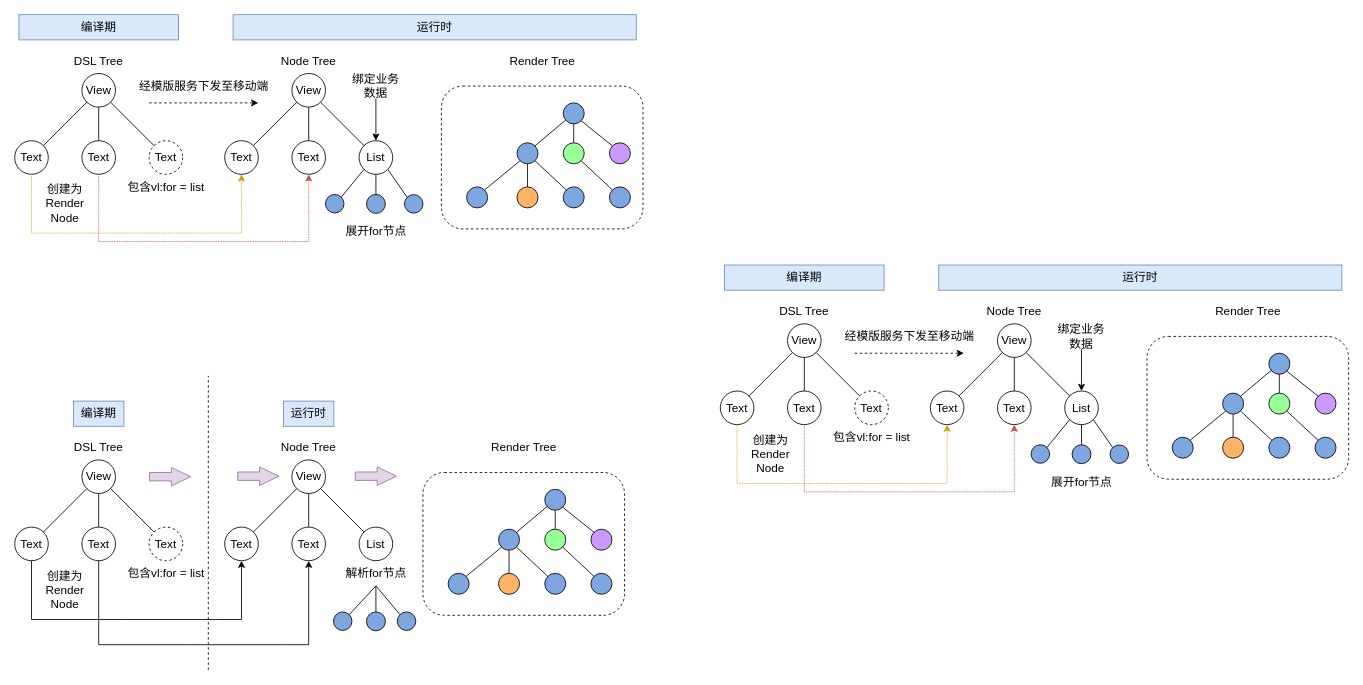
Earlier version of the draw.io diagram page "第 1 页" (1 of 2) of FS/未命名绘图.drawio (zqy0917/C_DR_Learn). Source tidied: cells renumbered, new cells numbered last; positions are measured from the earlier drawing's top-left corner, leaving out a move shared by most shapes. Both pictures are drawn from the tidied source at 84%, with x=0, y=0 at pixel (14, 14). Pictures stored in the file or linked from it are replaced by grey dashed boxes.
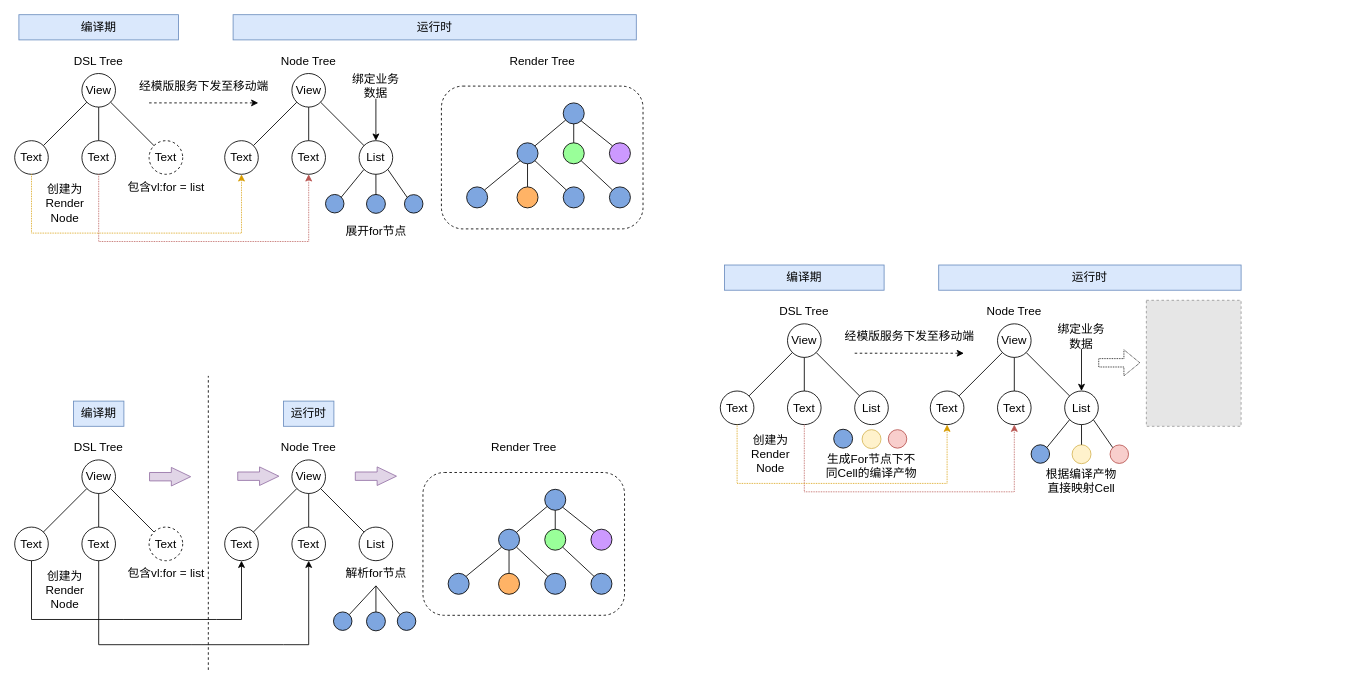
After the change.

Commit message (it also covers changes not shown here):
更新未命名绘图.drawio

Change to the diagram source:
```diff
@@
-    <mxCell id="102" style="rounded=1;whiteSpace=wrap;html=1;shadow=0;dashed=1;" parent="1" vertex="1">
-      <mxGeometry x="1348" y="383" width="240" height="170" as="geometry" />
-    </mxCell>
@@
-    <mxCell id="107" value="Text" style="ellipse;whiteSpace=wrap;html=1;fontSize=14;dashed=1;" parent="1" vertex="1">
+    <mxCell id="107" value="List" style="ellipse;whiteSpace=wrap;html=1;fontSize=14;" parent="1" vertex="1">
       <mxGeometry x="1000" y="448" width="40" height="40" as="geometry" />
     </mxCell>
@@
-    <mxCell id="110" style="ellipse;whiteSpace=wrap;html=1;fillColor=#7EA6E0;" parent="1" vertex="1">
-      <mxGeometry x="1493" y="403" width="25" height="25" as="geometry" />
-    </mxCell>
-    <mxCell id="111" style="ellipse;whiteSpace=wrap;html=1;fillColor=#7EA6E0;" parent="1" vertex="1">
-      <mxGeometry x="1438" y="450.5" width="25" height="25" as="geometry" />
-    </mxCell>
-    <mxCell id="112" style="endArrow=none;html=1;rounded=0;exitX=1;exitY=0;exitDx=0;exitDy=0;" parent="1" edge="1" source="111" target="110">
-      <mxGeometry relative="1" as="geometry" />
-    </mxCell>
-    <mxCell id="113" style="ellipse;whiteSpace=wrap;html=1;fillColor=#99FF99;" parent="1" vertex="1">
-      <mxGeometry x="1493" y="450.5" width="25" height="25" as="geometry" />
-    </mxCell>
-    <mxCell id="114" style="ellipse;whiteSpace=wrap;html=1;fillColor=#CC99FF;" parent="1" vertex="1">
-      <mxGeometry x="1548" y="450.5" width="25" height="25" as="geometry" />
-    </mxCell>
-    <mxCell id="115" style="endArrow=none;html=1;rounded=0;entryX=0.5;entryY=1;entryDx=0;entryDy=0;" parent="1" edge="1" source="113" target="110">
-      <mxGeometry relative="1" as="geometry" />
-    </mxCell>
-    <mxCell id="116" style="endArrow=none;html=1;rounded=0;exitX=1;exitY=1;exitDx=0;exitDy=0;entryX=0;entryY=0;entryDx=0;entryDy=0;" parent="1" edge="1" source="110" target="114">
-      <mxGeometry relative="1" as="geometry" />
-    </mxCell>
-    <mxCell id="117" style="ellipse;whiteSpace=wrap;html=1;fillColor=#7EA6E0;" parent="1" vertex="1">
-      <mxGeometry x="1378" y="503" width="25" height="25" as="geometry" />
-    </mxCell>
-    <mxCell id="118" style="ellipse;whiteSpace=wrap;html=1;fillColor=#FFB366;" parent="1" vertex="1">
-      <mxGeometry x="1438" y="503" width="25" height="25" as="geometry" />
-    </mxCell>
-    <mxCell id="119" style="ellipse;whiteSpace=wrap;html=1;fillColor=#7EA6E0;" parent="1" vertex="1">
-      <mxGeometry x="1493" y="503" width="25" height="25" as="geometry" />
-    </mxCell>
-    <mxCell id="120" style="ellipse;whiteSpace=wrap;html=1;fillColor=#7EA6E0;" parent="1" vertex="1">
-      <mxGeometry x="1548" y="503" width="25" height="25" as="geometry" />
-    </mxCell>
-    <mxCell id="121" style="endArrow=none;html=1;rounded=0;exitX=1;exitY=0;exitDx=0;exitDy=0;entryX=0;entryY=1;entryDx=0;entryDy=0;" parent="1" edge="1" source="117" target="111">
-      <mxGeometry relative="1" as="geometry" />
-    </mxCell>
-    <mxCell id="122" style="endArrow=none;html=1;rounded=0;entryX=0.5;entryY=1;entryDx=0;entryDy=0;exitX=0.5;exitY=0;exitDx=0;exitDy=0;" parent="1" edge="1" source="118" target="111">
-      <mxGeometry relative="1" as="geometry" />
-    </mxCell>
-    <mxCell id="123" style="endArrow=none;html=1;rounded=0;exitX=1;exitY=1;exitDx=0;exitDy=0;entryX=0;entryY=0;entryDx=0;entryDy=0;" parent="1" edge="1" source="111" target="119">
-      <mxGeometry relative="1" as="geometry" />
-    </mxCell>
-    <mxCell id="124" style="endArrow=none;html=1;rounded=0;entryX=1;entryY=1;entryDx=0;entryDy=0;exitX=0;exitY=0;exitDx=0;exitDy=0;" parent="1" edge="1" source="120" target="113">
-      <mxGeometry relative="1" as="geometry" />
-    </mxCell>
@@
-    <mxCell id="135" value="包含vl:for = list" style="text;html=1;strokeColor=none;fillColor=none;align=center;verticalAlign=middle;whiteSpace=wrap;rounded=0;fontSize=14;" parent="1" vertex="1">
-      <mxGeometry x="969.5" y="488" width="101" height="30" as="geometry" />
-    </mxCell>
@@
-    <mxCell id="138" value="展开for节点" style="text;html=1;strokeColor=none;fillColor=none;align=center;verticalAlign=middle;whiteSpace=wrap;rounded=0;fontSize=14;" parent="1" vertex="1">
-      <mxGeometry x="1220" y="541" width="101" height="30" as="geometry" />
-    </mxCell>
-    <mxCell id="139" value="Render Tree" style="text;html=1;strokeColor=none;fillColor=none;align=center;verticalAlign=middle;whiteSpace=wrap;rounded=0;fontSize=14;" parent="1" vertex="1">
-      <mxGeometry x="1425.5" y="338" width="85" height="30" as="geometry" />
-    </mxCell>
@@
     <mxCell id="141" value="运行时" style="text;html=1;strokeColor=#6c8ebf;fillColor=#dae8fc;align=center;verticalAlign=middle;whiteSpace=wrap;rounded=0;fontSize=14;" parent="1" vertex="1">
-      <mxGeometry x="1100" y="298" width="480" height="30" as="geometry" />
+      <mxGeometry x="1100" y="298" width="360" height="30" as="geometry" />
     </mxCell>
-    <mxCell id="142" style="ellipse;whiteSpace=wrap;html=1;fillColor=#7EA6E0;" parent="1" vertex="1">
+    <mxCell id="142" style="ellipse;whiteSpace=wrap;html=1;fillColor=#fff2cc;strokeColor=#d6b656;" parent="1" vertex="1">
       <mxGeometry x="1258.8" y="512" width="22.5" height="22.5" as="geometry" />
     </mxCell>
@@
-    <mxCell id="144" style="ellipse;whiteSpace=wrap;html=1;fillColor=#7EA6E0;" parent="1" vertex="1">
+    <mxCell id="144" style="ellipse;whiteSpace=wrap;html=1;fillColor=#f8cecc;strokeColor=#b85450;" parent="1" vertex="1">
       <mxGeometry x="1304" y="512.2" width="22" height="22" as="geometry" />
     </mxCell>
@@
+    <mxCell id="152" style="ellipse;whiteSpace=wrap;html=1;fillColor=#7EA6E0;" parent="1" vertex="1">
+      <mxGeometry x="975" y="493.5" width="22.5" height="22.5" as="geometry" />
+    </mxCell>
+    <mxCell id="153" style="fillColor=#E6E6E6;strokeColor=#999999;dashed=1;verticalLabelPosition=bottom;labelBackgroundColor=default;verticalAlign=top;" parent="1" vertex="1">
+      <mxGeometry x="1347.2" y="340" width="112.8" height="150" as="geometry" />
+    </mxCell>
+    <mxCell id="154" style="shape=flexArrow;endArrow=classic;html=1;rounded=0;dashed=1;dashPattern=1 1;fontSize=14;" parent="1" edge="1">
+      <mxGeometry relative="1" as="geometry">
+        <mxPoint x="1290" y="414.4" as="sourcePoint" />
+        <mxPoint x="1340" y="414.4" as="targetPoint" />
+      </mxGeometry>
+    </mxCell>
+    <mxCell id="155" style="ellipse;whiteSpace=wrap;html=1;fillColor=#fff2cc;strokeColor=#d6b656;" parent="1" vertex="1">
+      <mxGeometry x="1008.8" y="494" width="22.5" height="22.5" as="geometry" />
+    </mxCell>
+    <mxCell id="156" style="ellipse;whiteSpace=wrap;html=1;fillColor=#f8cecc;strokeColor=#b85450;" parent="1" vertex="1">
+      <mxGeometry x="1040" y="494" width="22" height="22" as="geometry" />
+    </mxCell>
+    <mxCell id="157" value="生成For节点下不同Cell的编译产物" style="text;html=1;strokeColor=none;fillColor=none;align=center;verticalAlign=middle;whiteSpace=wrap;rounded=0;fontSize=14;" parent="1" vertex="1">
+      <mxGeometry x="960" y="522" width="120" height="30" as="geometry" />
+    </mxCell>
+    <mxCell id="158" value="根据编译产物直接映射Cell" style="text;html=1;strokeColor=none;fillColor=none;align=center;verticalAlign=middle;whiteSpace=wrap;rounded=0;fontSize=14;" parent="1" vertex="1">
+      <mxGeometry x="1225" y="540" width="90" height="30" as="geometry" />
+    </mxCell>
```
